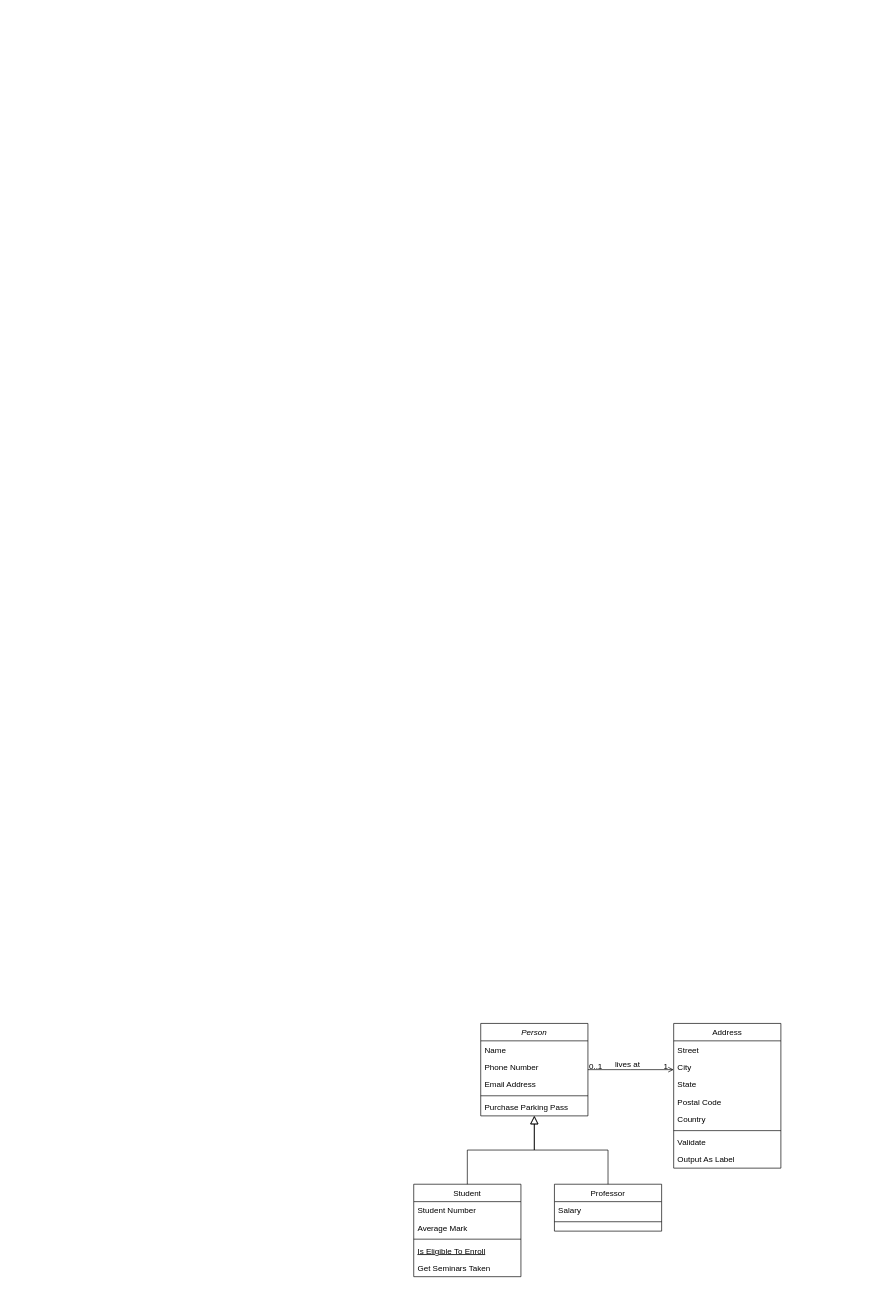
The draw.io diagram 未命名绘图.drawio in ccccccp/test, before the edit. Source tidied: cells renumbered, new cells numbered last; positions are measured from the earlier drawing's top-left corner, leaving out a move shared by most shapes. Both pictures are drawn from the tidied source at 67%, with x=0, y=0 at pixel (413, 1023).
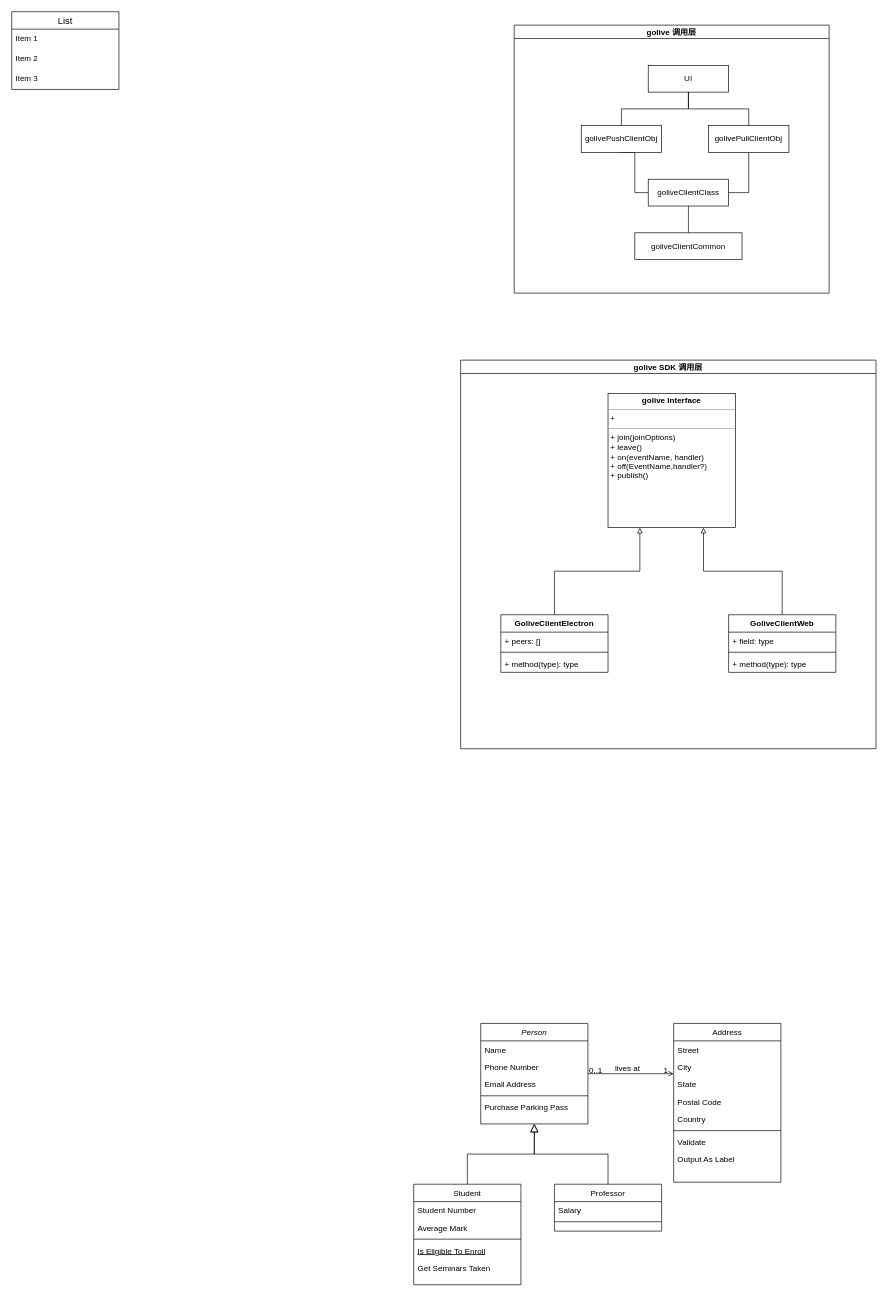
After the change.

Commit message:
更新未命名绘图.drawio

Diff of the diagram source:
```diff
@@
     <mxCell id="2" value="Person" style="swimlane;fontStyle=2;align=center;verticalAlign=top;horizontal=1;startSize=26;rounded=0;shadow=0;strokeWidth=1;" parent="1" vertex="1">
-      <mxGeometry x="100" width="160" height="138" as="geometry" />
+      <mxGeometry x="100" width="160" height="150" as="geometry" />
     </mxCell>
@@
     <mxCell id="8" value="Student" style="swimlane;fontStyle=0;align=center;verticalAlign=top;horizontal=1;startSize=26;rounded=0;shadow=0;strokeWidth=1;" parent="1" vertex="1">
-      <mxGeometry y="240" width="160" height="138" as="geometry" />
+      <mxGeometry y="240" width="160" height="150" as="geometry" />
     </mxCell>
@@
     <mxCell id="19" value="Address" style="swimlane;fontStyle=0;align=center;verticalAlign=top;horizontal=1;startSize=26;rounded=0;shadow=0;strokeWidth=1;" parent="1" vertex="1">
-      <mxGeometry x="388" width="160" height="216" as="geometry" />
+      <mxGeometry x="388" width="160" height="237" as="geometry" />
     </mxCell>
@@
+    <mxCell id="32" value="golive 调用层" style="swimlane;startSize=20;horizontal=1;containerType=tree;" parent="1" vertex="1">
+      <mxGeometry x="150" y="-1490" width="470" height="400" as="geometry" />
+    </mxCell>
+    <mxCell id="33" value="UI" style="whiteSpace=wrap;html=1;newEdgeStyle={&quot;edgeStyle&quot;:&quot;elbowEdgeStyle&quot;,&quot;startArrow&quot;:&quot;none&quot;,&quot;endArrow&quot;:&quot;none&quot;};" parent="32" vertex="1">
+      <mxGeometry x="200" y="60" width="120" height="40" as="geometry" />
+    </mxCell>
+    <mxCell id="34" style="edgeStyle=elbowEdgeStyle;rounded=0;jettySize=auto;html=1;elbow=vertical;startArrow=none;endArrow=none;" parent="32" edge="1" source="33" target="36">
+      <mxGeometry relative="1" as="geometry" />
+    </mxCell>
+    <mxCell id="35" style="edgeStyle=elbowEdgeStyle;rounded=0;jettySize=auto;html=1;startArrow=none;endArrow=none;exitX=0.5;exitY=1;exitDx=0;exitDy=0;entryX=0;entryY=0.5;entryDx=0;entryDy=0;" parent="32" edge="1" source="36" target="37">
+      <mxGeometry relative="1" as="geometry" />
+    </mxCell>
+    <mxCell id="36" value="golivePushClientObj" style="whiteSpace=wrap;html=1;newEdgeStyle={&quot;edgeStyle&quot;:&quot;elbowEdgeStyle&quot;,&quot;startArrow&quot;:&quot;none&quot;,&quot;endArrow&quot;:&quot;none&quot;};" parent="32" vertex="1">
+      <mxGeometry x="100" y="150" width="120" height="40" as="geometry" />
+    </mxCell>
+    <mxCell id="37" value="goliveClientClass" style="whiteSpace=wrap;html=1;newEdgeStyle={&quot;edgeStyle&quot;:&quot;elbowEdgeStyle&quot;,&quot;startArrow&quot;:&quot;none&quot;,&quot;endArrow&quot;:&quot;none&quot;};" parent="32" vertex="1">
+      <mxGeometry x="200" y="230" width="120" height="40" as="geometry" />
+    </mxCell>
+    <mxCell id="38" style="edgeStyle=elbowEdgeStyle;rounded=0;jettySize=auto;html=1;elbow=vertical;startArrow=none;endArrow=none;targetPerimeterSpacing=0;strokeColor=default;curved=0;" parent="32" edge="1" source="37" target="39">
+      <mxGeometry relative="1" as="geometry" />
+    </mxCell>
+    <mxCell id="39" value="goliveClientCommon" style="whiteSpace=wrap;html=1;newEdgeStyle={&quot;edgeStyle&quot;:&quot;elbowEdgeStyle&quot;,&quot;startArrow&quot;:&quot;none&quot;,&quot;endArrow&quot;:&quot;none&quot;};" parent="32" vertex="1">
+      <mxGeometry x="180" y="310" width="160" height="40" as="geometry" />
+    </mxCell>
+    <mxCell id="40" style="edgeStyle=elbowEdgeStyle;rounded=0;jettySize=auto;html=1;elbow=vertical;startArrow=none;endArrow=none;" parent="32" edge="1" source="33" target="42">
+      <mxGeometry relative="1" as="geometry" />
+    </mxCell>
+    <mxCell id="41" style="rounded=0;jettySize=auto;html=1;startArrow=none;endArrow=none;entryX=1;entryY=0.5;entryDx=0;entryDy=0;exitX=0.5;exitY=1;exitDx=0;exitDy=0;edgeStyle=orthogonalEdgeStyle;" parent="32" edge="1" source="42" target="37">
+      <mxGeometry relative="1" as="geometry" />
+    </mxCell>
+    <mxCell id="42" value="golivePullClientObj" style="whiteSpace=wrap;html=1;newEdgeStyle={&quot;edgeStyle&quot;:&quot;elbowEdgeStyle&quot;,&quot;startArrow&quot;:&quot;none&quot;,&quot;endArrow&quot;:&quot;none&quot;};" parent="32" vertex="1">
+      <mxGeometry x="290" y="150" width="120" height="40" as="geometry" />
+    </mxCell>
+    <mxCell id="43" value="List" style="swimlane;fontStyle=0;horizontal=1;startSize=26;align=center;fontSize=14;" parent="1" vertex="1">
+      <mxGeometry x="-600" y="-1510" width="160" height="116" as="geometry" />
+    </mxCell>
+    <mxCell id="44" value="Item 1" style="text;strokeColor=none;fillColor=none;spacingLeft=4;spacingRight=4;overflow=hidden;fontSize=12;whiteSpace=wrap;html=1;" parent="43" vertex="1">
+      <mxGeometry y="26" width="160" height="30" as="geometry" />
+    </mxCell>
+    <mxCell id="45" value="Item 2" style="text;strokeColor=none;fillColor=none;spacingLeft=4;spacingRight=4;overflow=hidden;fontSize=12;whiteSpace=wrap;html=1;" parent="43" vertex="1">
+      <mxGeometry y="56" width="160" height="30" as="geometry" />
+    </mxCell>
+    <mxCell id="46" value="Item 3" style="text;strokeColor=none;fillColor=none;spacingLeft=4;spacingRight=4;overflow=hidden;fontSize=12;whiteSpace=wrap;html=1;" parent="43" vertex="1">
+      <mxGeometry y="86" width="160" height="30" as="geometry" />
+    </mxCell>
+    <mxCell id="47" value="golive SDK 调用层" style="swimlane;startSize=20;horizontal=1;containerType=tree;" parent="1" vertex="1">
+      <mxGeometry x="70" y="-990" width="620" height="580" as="geometry" />
+    </mxCell>
+    <mxCell id="48" value="&lt;p style=&quot;margin:0px;margin-top:4px;text-align:center;&quot;&gt;&lt;b&gt;golive Interface&lt;/b&gt;&lt;/p&gt;&lt;hr size=&quot;1&quot;&gt;&lt;p style=&quot;margin:0px;margin-left:4px;&quot;&gt;+&amp;nbsp;&lt;br&gt;&lt;/p&gt;&lt;hr size=&quot;1&quot;&gt;&lt;p style=&quot;margin:0px;margin-left:4px;&quot;&gt;+ join(joinOptions)&lt;br&gt;+ leave()&lt;/p&gt;&lt;p style=&quot;margin:0px;margin-left:4px;&quot;&gt;+ on(eventName, handler)&lt;/p&gt;&lt;p style=&quot;margin:0px;margin-left:4px;&quot;&gt;+ off(EventName,handler?)&lt;/p&gt;&lt;p style=&quot;margin:0px;margin-left:4px;&quot;&gt;+ publish()&lt;/p&gt;" style="verticalAlign=top;align=left;overflow=fill;fontSize=12;fontFamily=Helvetica;html=1;whiteSpace=wrap;" parent="47" vertex="1">
+      <mxGeometry x="220" y="50" width="190" height="200" as="geometry" />
+    </mxCell>
+    <mxCell id="49" style="edgeStyle=orthogonalEdgeStyle;rounded=0;jettySize=auto;html=1;exitX=0.5;exitY=0;exitDx=0;exitDy=0;entryX=0.25;entryY=1;entryDx=0;entryDy=0;endArrow=block;endFill=0;" parent="47" edge="1" source="50" target="48">
+      <mxGeometry relative="1" as="geometry" />
+    </mxCell>
+    <mxCell id="50" value="GoliveClientElectron" style="swimlane;fontStyle=1;align=center;verticalAlign=top;horizontal=1;startSize=26;whiteSpace=wrap;html=1;" parent="47" vertex="1">
+      <mxGeometry x="60" y="380" width="160" height="86" as="geometry" />
+    </mxCell>
+    <mxCell id="51" value="+ peers: []" style="text;strokeColor=none;fillColor=none;align=left;verticalAlign=top;spacingLeft=4;spacingRight=4;overflow=hidden;whiteSpace=wrap;html=1;" parent="50" vertex="1">
+      <mxGeometry y="26" width="160" height="26" as="geometry" />
+    </mxCell>
+    <mxCell id="52" style="line;strokeWidth=1;fillColor=none;align=left;verticalAlign=middle;spacingTop=-1;spacingLeft=3;spacingRight=3;labelPosition=right;strokeColor=inherit;" parent="50" vertex="1">
+      <mxGeometry y="52" width="160" height="8" as="geometry" />
+    </mxCell>
+    <mxCell id="53" value="+ method(type): type" style="text;strokeColor=none;fillColor=none;align=left;verticalAlign=top;spacingLeft=4;spacingRight=4;overflow=hidden;whiteSpace=wrap;html=1;" parent="50" vertex="1">
+      <mxGeometry y="60" width="160" height="26" as="geometry" />
+    </mxCell>
+    <mxCell id="54" style="edgeStyle=orthogonalEdgeStyle;rounded=0;jettySize=auto;html=1;exitX=0.5;exitY=0;exitDx=0;exitDy=0;entryX=0.75;entryY=1;entryDx=0;entryDy=0;strokeWidth=1;endArrow=block;endFill=0;" parent="47" edge="1" source="55" target="48">
+      <mxGeometry relative="1" as="geometry" />
+    </mxCell>
+    <mxCell id="55" value="GoliveClientWeb" style="swimlane;fontStyle=1;align=center;verticalAlign=top;horizontal=1;startSize=26;whiteSpace=wrap;html=1;" parent="47" vertex="1">
+      <mxGeometry x="400" y="380" width="160" height="86" as="geometry" />
+    </mxCell>
+    <mxCell id="56" value="+ field: type" style="text;strokeColor=none;fillColor=none;align=left;verticalAlign=top;spacingLeft=4;spacingRight=4;overflow=hidden;whiteSpace=wrap;html=1;" parent="55" vertex="1">
+      <mxGeometry y="26" width="160" height="26" as="geometry" />
+    </mxCell>
+    <mxCell id="57" style="line;strokeWidth=1;fillColor=none;align=left;verticalAlign=middle;spacingTop=-1;spacingLeft=3;spacingRight=3;labelPosition=right;strokeColor=inherit;" parent="55" vertex="1">
+      <mxGeometry y="52" width="160" height="8" as="geometry" />
+    </mxCell>
+    <mxCell id="58" value="+ method(type): type" style="text;strokeColor=none;fillColor=none;align=left;verticalAlign=top;spacingLeft=4;spacingRight=4;overflow=hidden;whiteSpace=wrap;html=1;" parent="55" vertex="1">
+      <mxGeometry y="60" width="160" height="26" as="geometry" />
+    </mxCell>
```
